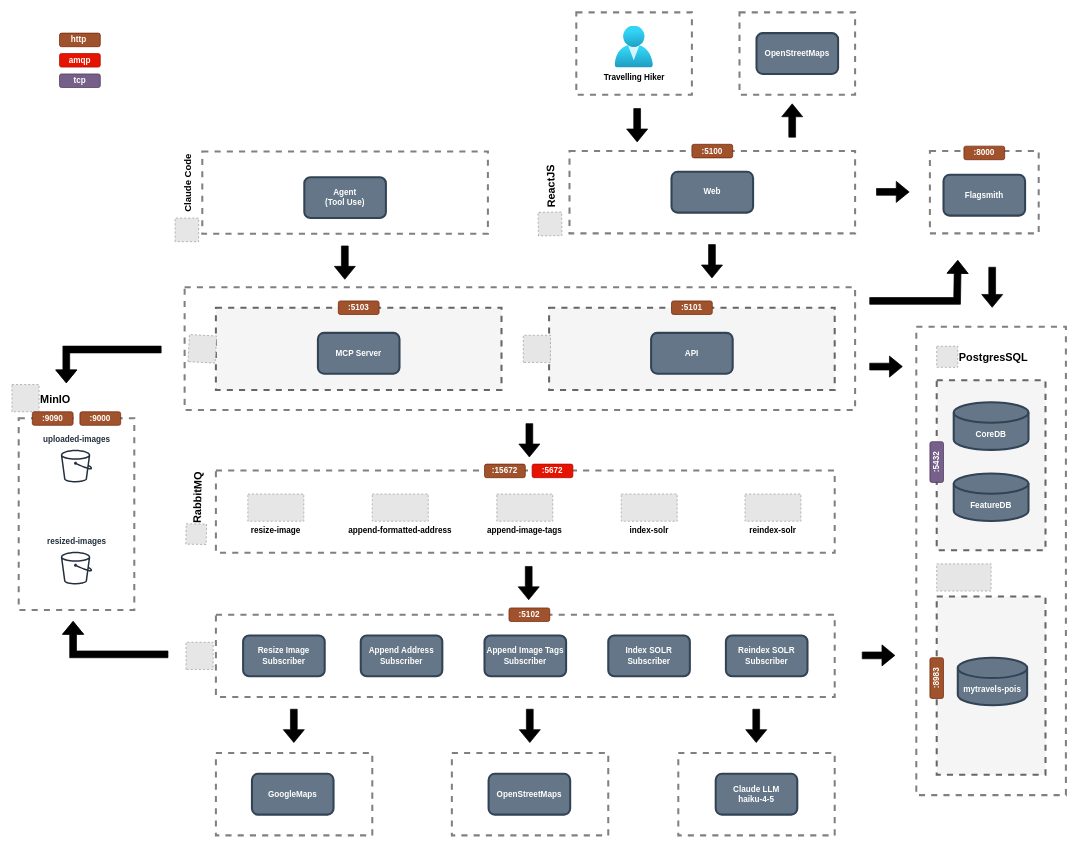
k8sforum/intro-to-k8s keeps this draw.io diagram as page "Logical Architecture" (2 of 13) of drawio/architecture.drawio. Above is the earlier version. Source tidied: cells renumbered, new cells numbered last; positions are measured from the earlier drawing's top-left corner, leaving out a move shared by most shapes. Both pictures are drawn from the tidied source at 68%, with x=0, y=0 at pixel (12, 12). Pictures stored in the file or linked from it are replaced by grey dashed boxes.
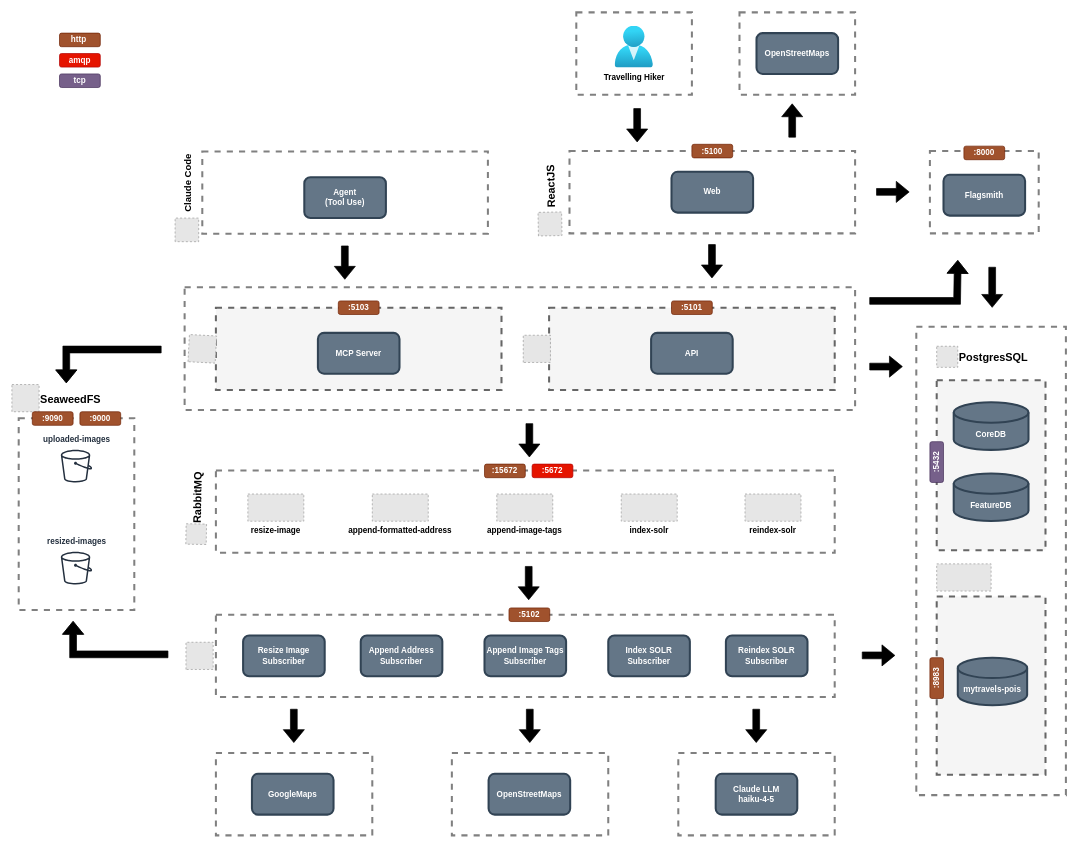
The same diagram, later.

Diff of the diagram source:
```diff
@@
-    <mxCell id="16" value="MinIO" style="fillColor=#E6E6E6;strokeColor=#999999;dashed=1;verticalLabelPosition=middle;labelBackgroundColor=default;verticalAlign=middle;labelPosition=right;align=left;fontSize=16;fontStyle=1;" parent="1" vertex="1">
+    <mxCell id="16" value="SeaweedFS" style="fillColor=#E6E6E6;strokeColor=#999999;dashed=1;verticalLabelPosition=middle;labelBackgroundColor=default;verticalAlign=middle;labelPosition=right;align=left;fontSize=16;fontStyle=1;" parent="1" vertex="1">
       <mxGeometry y="547" width="40" height="40" as="geometry" />
     </mxCell>
```
